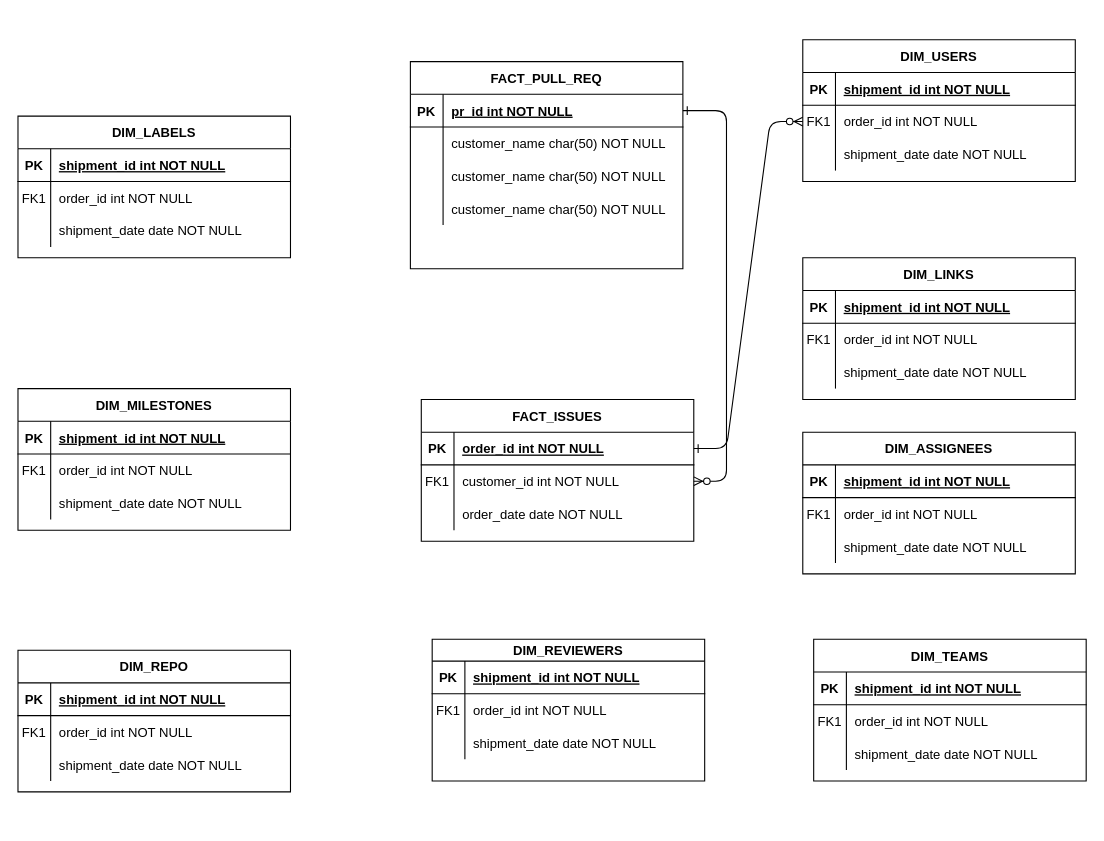
This is GitHub_DataModel.drawio from Britto-Sathya/GitHubDataProject, a draw.io file, before an edit. Source tidied: cells renumbered, new cells numbered last; positions are measured from the earlier drawing's top-left corner, leaving out a move shared by most shapes. Both pictures are drawn from the tidied source at 109%, with x=0, y=0 at pixel (17, 39).
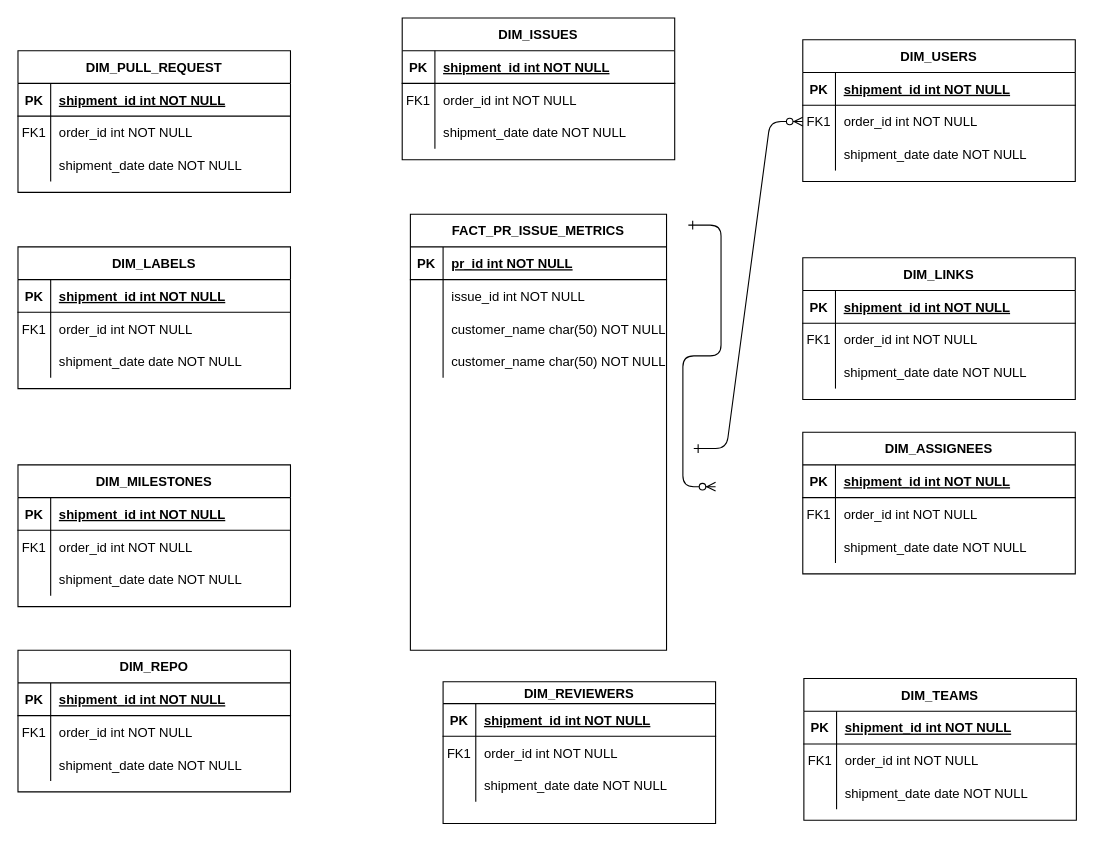
The same diagram, later.

The change refers to these unchanged cells:
```xml
<mxCell id="18" style="shape=partialRectangle;fillColor=none;points=[[0,0.5],[1,0.5]];portConstraint=eastwest;top=0;left=0;right=0;bottom=0;" parent="14" vertex="1">
  <mxGeometry y="60" width="250" height="30" as="geometry" />
</mxCell>
```

What changed in the source:
```diff
@@
-    <mxCell id="2" style="edgeStyle=entityRelationEdgeStyle;endArrow=ERzeroToMany;startArrow=ERone;endFill=1;startFill=0;" parent="1" edge="1" source="25" target="8">
-      <mxGeometry relative="1" as="geometry" />
+    <mxCell id="2" style="edgeStyle=entityRelationEdgeStyle;endArrow=ERzeroToMany;startArrow=ERone;endFill=1;startFill=0;" parent="1" edge="1">
+      <mxGeometry relative="1" as="geometry">
+        <mxPoint x="615" y="170" as="sourcePoint" />
+        <mxPoint x="640" y="410" as="targetPoint" />
+      </mxGeometry>
     </mxCell>
-    <mxCell id="3" style="edgeStyle=entityRelationEdgeStyle;endArrow=ERzeroToMany;startArrow=ERone;endFill=1;startFill=0;" parent="1" edge="1" source="5" target="18">
-      <mxGeometry relative="1" as="geometry" />
+    <mxCell id="3" style="edgeStyle=entityRelationEdgeStyle;endArrow=ERzeroToMany;startArrow=ERone;endFill=1;startFill=0;" parent="1" edge="1" target="18">
+      <mxGeometry relative="1" as="geometry">
+        <mxPoint x="620" y="375" as="sourcePoint" />
+      </mxGeometry>
     </mxCell>
-    <mxCell id="4" value="FACT_ISSUES" style="shape=table;startSize=30;childLayout=tableLayout;rowLines=0;fontStyle=1;align=center;" parent="1" vertex="1">
-      <mxGeometry x="370" y="330" width="250" height="130" as="geometry" />
-    </mxCell>
-    <mxCell id="5" style="shape=partialRectangle;fillColor=none;points=[[0,0.5],[1,0.5]];portConstraint=eastwest;top=0;left=0;right=0;bottom=1;" parent="4" vertex="1">
-      <mxGeometry y="30" width="250" height="30" as="geometry" />
-    </mxCell>
-    <mxCell id="6" value="PK" style="shape=partialRectangle;overflow=hidden;fillColor=none;top=0;left=0;bottom=0;right=0;fontStyle=1;" parent="5" vertex="1">
-      <mxGeometry width="30" height="30" as="geometry" />
-    </mxCell>
-    <mxCell id="7" value="order_id int NOT NULL " style="shape=partialRectangle;overflow=hidden;fillColor=none;top=0;left=0;bottom=0;right=0;align=left;spacingLeft=6;fontStyle=5;" parent="5" vertex="1">
-      <mxGeometry x="30" width="220" height="30" as="geometry" />
-    </mxCell>
-    <mxCell id="8" style="shape=partialRectangle;fillColor=none;points=[[0,0.5],[1,0.5]];portConstraint=eastwest;top=0;left=0;right=0;bottom=0;" parent="4" vertex="1">
-      <mxGeometry y="60" width="250" height="30" as="geometry" />
-    </mxCell>
-    <mxCell id="9" value="FK1" style="shape=partialRectangle;overflow=hidden;fillColor=none;top=0;left=0;bottom=0;right=0;" parent="8" vertex="1">
-      <mxGeometry width="30" height="30" as="geometry" />
-    </mxCell>
-    <mxCell id="10" value="customer_id int NOT NULL" style="shape=partialRectangle;overflow=hidden;fillColor=none;top=0;left=0;bottom=0;right=0;align=left;spacingLeft=6;" parent="8" vertex="1">
-      <mxGeometry x="30" width="220" height="30" as="geometry" />
-    </mxCell>
-    <mxCell id="11" style="shape=partialRectangle;fillColor=none;top=0;left=0;right=0;bottom=0;" parent="4" vertex="1">
-      <mxGeometry y="90" width="250" height="30" as="geometry" />
-    </mxCell>
-    <mxCell id="12" style="shape=partialRectangle;overflow=hidden;fillColor=none;top=0;left=0;bottom=0;right=0;" parent="11" vertex="1">
-      <mxGeometry width="30" height="30" as="geometry" />
-    </mxCell>
-    <mxCell id="13" value="order_date date NOT NULL" style="shape=partialRectangle;overflow=hidden;fillColor=none;top=0;left=0;bottom=0;right=0;align=left;spacingLeft=6;" parent="11" vertex="1">
-      <mxGeometry x="30" width="220" height="30" as="geometry" />
-    </mxCell>
@@
-    <mxCell id="24" value="FACT_PULL_REQ" style="shape=table;startSize=30;childLayout=tableLayout;rowLines=0;fontStyle=1;align=center;" parent="1" vertex="1">
-      <mxGeometry x="360" y="20" width="250" height="190" as="geometry" />
+    <mxCell id="24" value="FACT_PR_ISSUE_METRICS" style="shape=table;startSize=30;childLayout=tableLayout;rowLines=0;fontStyle=1;align=center;" parent="1" vertex="1">
+      <mxGeometry x="360" y="160" width="235" height="400" as="geometry" />
     </mxCell>
     <mxCell id="25" style="shape=partialRectangle;fillColor=none;points=[[0,0.5],[1,0.5]];portConstraint=eastwest;top=0;left=0;right=0;bottom=1;" parent="24" vertex="1">
-      <mxGeometry y="30" width="250" height="30" as="geometry" />
+      <mxGeometry y="30" width="235" height="30" as="geometry" />
     </mxCell>
@@
     <mxCell id="27" value="pr_id int NOT NULL " style="shape=partialRectangle;overflow=hidden;fillColor=none;top=0;left=0;bottom=0;right=0;align=left;spacingLeft=6;fontStyle=5;" parent="25" vertex="1">
-      <mxGeometry x="30" width="220" height="30" as="geometry" />
+      <mxGeometry x="30" width="205" height="30" as="geometry" />
     </mxCell>
     <mxCell id="28" style="shape=partialRectangle;fillColor=none;top=0;left=0;right=0;bottom=0;" parent="24" vertex="1">
-      <mxGeometry y="60" width="250" height="30" as="geometry" />
+      <mxGeometry y="60" width="235" height="30" as="geometry" />
     </mxCell>
@@
-    <mxCell id="30" value="customer_name char(50) NOT NULL" style="shape=partialRectangle;overflow=hidden;fillColor=none;top=0;left=0;bottom=0;right=0;align=left;spacingLeft=6;" parent="28" vertex="1">
-      <mxGeometry x="30" width="220" height="30" as="geometry" />
+    <mxCell id="30" value="issue_id int NOT NULL" style="shape=partialRectangle;overflow=hidden;fillColor=none;top=0;left=0;bottom=0;right=0;align=left;spacingLeft=6;" parent="28" vertex="1">
+      <mxGeometry x="30" width="205" height="30" as="geometry" />
     </mxCell>
     <mxCell id="31" style="shape=partialRectangle;fillColor=none;top=0;left=0;right=0;bottom=0;" parent="24" vertex="1">
-      <mxGeometry y="90" width="250" height="30" as="geometry" />
+      <mxGeometry y="90" width="235" height="30" as="geometry" />
     </mxCell>
@@
     <mxCell id="33" value="customer_name char(50) NOT NULL" style="shape=partialRectangle;overflow=hidden;fillColor=none;top=0;left=0;bottom=0;right=0;align=left;spacingLeft=6;" parent="31" vertex="1">
-      <mxGeometry x="30" width="220" height="30" as="geometry" />
+      <mxGeometry x="30" width="205" height="30" as="geometry" />
     </mxCell>
     <mxCell id="34" style="shape=partialRectangle;fillColor=none;top=0;left=0;right=0;bottom=0;" parent="24" vertex="1">
-      <mxGeometry y="120" width="250" height="30" as="geometry" />
+      <mxGeometry y="120" width="235" height="30" as="geometry" />
     </mxCell>
@@
     <mxCell id="36" value="customer_name char(50) NOT NULL" style="shape=partialRectangle;overflow=hidden;fillColor=none;top=0;left=0;bottom=0;right=0;align=left;spacingLeft=6;" parent="34" vertex="1">
-      <mxGeometry x="30" width="220" height="30" as="geometry" />
+      <mxGeometry x="30" width="205" height="30" as="geometry" />
     </mxCell>
     <mxCell id="37" value="DIM_LABELS" style="shape=table;startSize=30;childLayout=tableLayout;rowLines=0;fontStyle=1;align=center;" parent="1" vertex="1">
-      <mxGeometry y="70" width="250" height="130" as="geometry" />
+      <mxGeometry y="190" width="250" height="130" as="geometry" />
     </mxCell>
@@
     <mxCell id="47" value="DIM_MILESTONES" style="shape=table;startSize=30;childLayout=tableLayout;rowLines=0;fontStyle=1;align=center;" parent="1" vertex="1">
-      <mxGeometry y="320" width="250" height="130" as="geometry" />
+      <mxGeometry y="390" width="250" height="130" as="geometry" />
     </mxCell>
@@
     <mxCell id="77" value="DIM_TEAMS" style="shape=table;startSize=30;childLayout=tableLayout;rowLines=0;fontStyle=1;align=center;" parent="1" vertex="1">
-      <mxGeometry x="730" y="550" width="250" height="130" as="geometry" />
+      <mxGeometry x="721" y="586" width="250" height="130" as="geometry" />
     </mxCell>
@@
     <mxCell id="87" value="DIM_REVIEWERS" style="shape=table;startSize=20;childLayout=tableLayout;rowLines=0;fontStyle=1;align=center;" parent="1" vertex="1">
-      <mxGeometry x="380" y="550" width="250" height="130" as="geometry" />
+      <mxGeometry x="390" y="589" width="250" height="130" as="geometry" />
     </mxCell>
@@
+    <mxCell id="107" value="DIM_PULL_REQUEST" style="shape=table;startSize=30;childLayout=tableLayout;rowLines=0;fontStyle=1;align=center;" parent="1" vertex="1">
+      <mxGeometry y="10" width="250" height="130" as="geometry" />
+    </mxCell>
+    <mxCell id="108" style="shape=partialRectangle;fillColor=none;top=0;left=0;right=0;bottom=1;" parent="107" vertex="1">
+      <mxGeometry y="30" width="250" height="30" as="geometry" />
+    </mxCell>
+    <mxCell id="109" value="PK" style="shape=partialRectangle;overflow=hidden;fillColor=none;top=0;left=0;bottom=0;right=0;fontStyle=1;" parent="108" vertex="1">
+      <mxGeometry width="30" height="30" as="geometry" />
+    </mxCell>
+    <mxCell id="110" value="shipment_id int NOT NULL " style="shape=partialRectangle;overflow=hidden;fillColor=none;top=0;left=0;bottom=0;right=0;align=left;spacingLeft=6;fontStyle=5;" parent="108" vertex="1">
+      <mxGeometry x="30" width="220" height="30" as="geometry" />
+    </mxCell>
+    <mxCell id="111" style="shape=partialRectangle;fillColor=none;top=0;left=0;right=0;bottom=0;" parent="107" vertex="1">
+      <mxGeometry y="60" width="250" height="30" as="geometry" />
+    </mxCell>
+    <mxCell id="112" value="FK1" style="shape=partialRectangle;overflow=hidden;fillColor=none;top=0;left=0;bottom=0;right=0;" parent="111" vertex="1">
+      <mxGeometry width="30" height="30" as="geometry" />
+    </mxCell>
+    <mxCell id="113" value="order_id int NOT NULL" style="shape=partialRectangle;overflow=hidden;fillColor=none;top=0;left=0;bottom=0;right=0;align=left;spacingLeft=6;" parent="111" vertex="1">
+      <mxGeometry x="30" width="220" height="30" as="geometry" />
+    </mxCell>
+    <mxCell id="114" style="shape=partialRectangle;fillColor=none;top=0;left=0;right=0;bottom=0;" parent="107" vertex="1">
+      <mxGeometry y="90" width="250" height="30" as="geometry" />
+    </mxCell>
+    <mxCell id="115" style="shape=partialRectangle;overflow=hidden;fillColor=none;top=0;left=0;bottom=0;right=0;" parent="114" vertex="1">
+      <mxGeometry width="30" height="30" as="geometry" />
+    </mxCell>
+    <mxCell id="116" value="shipment_date date NOT NULL" style="shape=partialRectangle;overflow=hidden;fillColor=none;top=0;left=0;bottom=0;right=0;align=left;spacingLeft=6;" parent="114" vertex="1">
+      <mxGeometry x="30" width="220" height="30" as="geometry" />
+    </mxCell>
+    <mxCell id="117" value="DIM_ISSUES" style="shape=table;startSize=30;childLayout=tableLayout;rowLines=0;fontStyle=1;align=center;" parent="1" vertex="1">
+      <mxGeometry x="352.5" y="-20" width="250" height="130" as="geometry" />
+    </mxCell>
+    <mxCell id="118" style="shape=partialRectangle;fillColor=none;top=0;left=0;right=0;bottom=1;" parent="117" vertex="1">
+      <mxGeometry y="30" width="250" height="30" as="geometry" />
+    </mxCell>
+    <mxCell id="119" value="PK" style="shape=partialRectangle;overflow=hidden;fillColor=none;top=0;left=0;bottom=0;right=0;fontStyle=1;" parent="118" vertex="1">
+      <mxGeometry width="30" height="30" as="geometry" />
+    </mxCell>
+    <mxCell id="120" value="shipment_id int NOT NULL " style="shape=partialRectangle;overflow=hidden;fillColor=none;top=0;left=0;bottom=0;right=0;align=left;spacingLeft=6;fontStyle=5;" parent="118" vertex="1">
+      <mxGeometry x="30" width="220" height="30" as="geometry" />
+    </mxCell>
+    <mxCell id="121" style="shape=partialRectangle;fillColor=none;top=0;left=0;right=0;bottom=0;" parent="117" vertex="1">
+      <mxGeometry y="60" width="250" height="30" as="geometry" />
+    </mxCell>
+    <mxCell id="122" value="FK1" style="shape=partialRectangle;overflow=hidden;fillColor=none;top=0;left=0;bottom=0;right=0;" parent="121" vertex="1">
+      <mxGeometry width="30" height="30" as="geometry" />
+    </mxCell>
+    <mxCell id="123" value="order_id int NOT NULL" style="shape=partialRectangle;overflow=hidden;fillColor=none;top=0;left=0;bottom=0;right=0;align=left;spacingLeft=6;" parent="121" vertex="1">
+      <mxGeometry x="30" width="220" height="30" as="geometry" />
+    </mxCell>
+    <mxCell id="124" style="shape=partialRectangle;fillColor=none;top=0;left=0;right=0;bottom=0;" parent="117" vertex="1">
+      <mxGeometry y="90" width="250" height="30" as="geometry" />
+    </mxCell>
+    <mxCell id="125" style="shape=partialRectangle;overflow=hidden;fillColor=none;top=0;left=0;bottom=0;right=0;" parent="124" vertex="1">
+      <mxGeometry width="30" height="30" as="geometry" />
+    </mxCell>
+    <mxCell id="126" value="shipment_date date NOT NULL" style="shape=partialRectangle;overflow=hidden;fillColor=none;top=0;left=0;bottom=0;right=0;align=left;spacingLeft=6;" parent="124" vertex="1">
+      <mxGeometry x="30" width="220" height="30" as="geometry" />
+    </mxCell>
```
